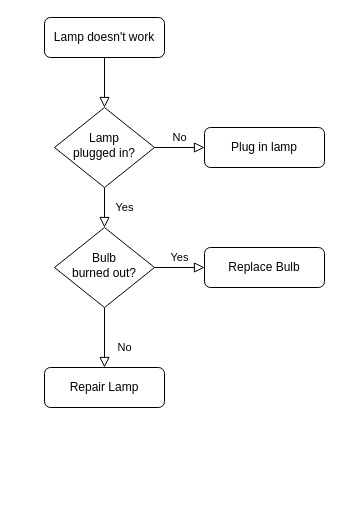
Earlier version of the draw.io diagram Untitled Diagram.drawio (lucky608/coach). Source tidied: cells renumbered, new cells numbered last; positions are measured from the earlier drawing's top-left corner, leaving out a move shared by most shapes. Both pictures are drawn from the tidied source at 100%, with x=0, y=0 at pixel (44, 17).
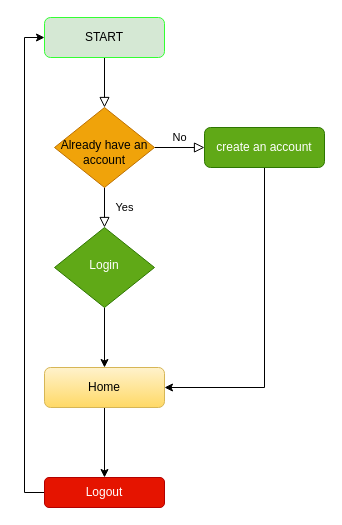
The same page after the edit.

Change to the diagram source:
```diff
@@
 <mxGraphModel>
   <root>
     <mxCell id="0" />
     <mxCell id="1" parent="0" />
     <mxCell id="2" style="rounded=0;html=1;jettySize=auto;fontSize=11;endArrow=block;endFill=0;endSize=8;strokeWidth=1;shadow=0;labelBackgroundColor=none;edgeStyle=orthogonalEdgeStyle;" parent="1" edge="1" source="3" target="6">
       <mxGeometry relative="1" as="geometry" />
     </mxCell>
-    <mxCell id="3" value="Lamp doesn't work" style="rounded=1;whiteSpace=wrap;html=1;fontSize=12;glass=0;strokeWidth=1;shadow=0;" parent="1" vertex="1">
+    <mxCell id="3" value="START" style="rounded=1;whiteSpace=wrap;html=1;fontSize=12;glass=0;strokeWidth=1;shadow=0;fillColor=#d5e8d4;strokeColor=#33FF33;" parent="1" vertex="1">
       <mxGeometry width="120" height="40" as="geometry" />
     </mxCell>
     <mxCell id="4" value="Yes" style="rounded=0;html=1;jettySize=auto;fontSize=11;endArrow=block;endFill=0;endSize=8;strokeWidth=1;shadow=0;labelBackgroundColor=none;edgeStyle=orthogonalEdgeStyle;" parent="1" edge="1" source="6" target="10">
       <mxGeometry y="20" relative="1" as="geometry" />
     </mxCell>
     <mxCell id="5" value="No" style="edgeStyle=orthogonalEdgeStyle;rounded=0;html=1;jettySize=auto;fontSize=11;endArrow=block;endFill=0;endSize=8;strokeWidth=1;shadow=0;labelBackgroundColor=none;" parent="1" edge="1" source="6" target="7">
       <mxGeometry y="10" relative="1" as="geometry" />
     </mxCell>
-    <mxCell id="6" value="Lamp&lt;br&gt;plugged in?" style="rhombus;whiteSpace=wrap;html=1;shadow=0;fontFamily=Helvetica;fontSize=12;align=center;strokeWidth=1;spacing=6;spacingTop=-4;" parent="1" vertex="1">
+    <mxCell id="6" value="&lt;br&gt;Already have an account" style="rhombus;whiteSpace=wrap;html=1;shadow=0;fontFamily=Helvetica;fontSize=12;align=center;strokeWidth=1;spacing=6;spacingTop=-4;fillColor=#f0a30a;strokeColor=#BD7000;fontColor=#000000;" parent="1" vertex="1">
       <mxGeometry x="10" y="90" width="100" height="80" as="geometry" />
     </mxCell>
+    <mxCell id="13" style="edgeStyle=orthogonalEdgeStyle;rounded=0;jettySize=auto;html=1;entryX=1;entryY=0.5;entryDx=0;entryDy=0;" parent="1" edge="1" source="7" target="11">
+      <mxGeometry relative="1" as="geometry">
+        <Array as="points">
+          <mxPoint x="220" y="370" />
+        </Array>
+      </mxGeometry>
+    </mxCell>
-    <mxCell id="7" value="Plug in lamp" style="rounded=1;whiteSpace=wrap;html=1;fontSize=12;glass=0;strokeWidth=1;shadow=0;" parent="1" vertex="1">
+    <mxCell id="7" value="create an account" style="rounded=1;whiteSpace=wrap;html=1;fontSize=12;glass=0;strokeWidth=1;shadow=0;fillColor=#60a917;strokeColor=#2D7600;fontColor=#ffffff;" parent="1" vertex="1">
       <mxGeometry x="160" y="110" width="120" height="40" as="geometry" />
     </mxCell>
-    <mxCell id="8" value="No" style="rounded=0;html=1;jettySize=auto;fontSize=11;endArrow=block;endFill=0;endSize=8;strokeWidth=1;shadow=0;labelBackgroundColor=none;edgeStyle=orthogonalEdgeStyle;" parent="1" edge="1" source="10" target="11">
-      <mxGeometry x="0.33" y="20" relative="1" as="geometry" />
+    <mxCell id="8" style="edgeStyle=orthogonalEdgeStyle;rounded=0;jettySize=auto;html=1;entryX=0.5;entryY=0;entryDx=0;entryDy=0;" parent="1" edge="1" source="10" target="11">
+      <mxGeometry relative="1" as="geometry" />
     </mxCell>
-    <mxCell id="9" value="Yes" style="edgeStyle=orthogonalEdgeStyle;rounded=0;html=1;jettySize=auto;fontSize=11;endArrow=block;endFill=0;endSize=8;strokeWidth=1;shadow=0;labelBackgroundColor=none;" parent="1" edge="1" source="10" target="12">
-      <mxGeometry y="10" relative="1" as="geometry" />
-    </mxCell>
-    <mxCell id="10" value="Bulb&lt;br&gt;burned out?" style="rhombus;whiteSpace=wrap;html=1;shadow=0;fontFamily=Helvetica;fontSize=12;align=center;strokeWidth=1;spacing=6;spacingTop=-4;" parent="1" vertex="1">
+    <mxCell id="10" value="Login" style="rhombus;whiteSpace=wrap;html=1;shadow=0;fontFamily=Helvetica;fontSize=12;align=center;strokeWidth=1;spacing=6;spacingTop=-4;fillColor=#60a917;strokeColor=#2D7600;fontColor=#ffffff;" parent="1" vertex="1">
       <mxGeometry x="10" y="210" width="100" height="80" as="geometry" />
     </mxCell>
+    <mxCell id="14" style="edgeStyle=orthogonalEdgeStyle;rounded=0;jettySize=auto;html=1;" parent="1" edge="1" source="11" target="16">
+      <mxGeometry relative="1" as="geometry" />
+    </mxCell>
-    <mxCell id="11" value="Repair Lamp" style="rounded=1;whiteSpace=wrap;html=1;fontSize=12;glass=0;strokeWidth=1;shadow=0;" parent="1" vertex="1">
+    <mxCell id="11" value="Home" style="rounded=1;whiteSpace=wrap;html=1;fontSize=12;glass=0;strokeWidth=1;shadow=0;gradientColor=#ffd966;fillColor=#fff2cc;strokeColor=#d6b656;" parent="1" vertex="1">
       <mxGeometry y="350" width="120" height="40" as="geometry" />
     </mxCell>
-    <mxCell id="12" value="Replace Bulb" style="rounded=1;whiteSpace=wrap;html=1;fontSize=12;glass=0;strokeWidth=1;shadow=0;" parent="1" vertex="1">
-      <mxGeometry x="160" y="230" width="120" height="40" as="geometry" />
-    </mxCell>
+    <mxCell id="15" style="edgeStyle=orthogonalEdgeStyle;rounded=0;jettySize=auto;html=1;entryX=0;entryY=0.5;entryDx=0;entryDy=0;" parent="1" edge="1" source="16" target="3">
+      <mxGeometry relative="1" as="geometry">
+        <Array as="points">
+          <mxPoint x="-20" y="475" />
+          <mxPoint x="-20" y="20" />
+        </Array>
+      </mxGeometry>
+    </mxCell>
+    <mxCell id="16" value="Logout" style="whiteSpace=wrap;html=1;rounded=1;shadow=0;strokeWidth=1;glass=0;fillColor=#e51400;strokeColor=#B20000;fontColor=#ffffff;" parent="1" vertex="1">
+      <mxGeometry y="460" width="120" height="30" as="geometry" />
+    </mxCell>
   </root>
 </mxGraphModel>
```
